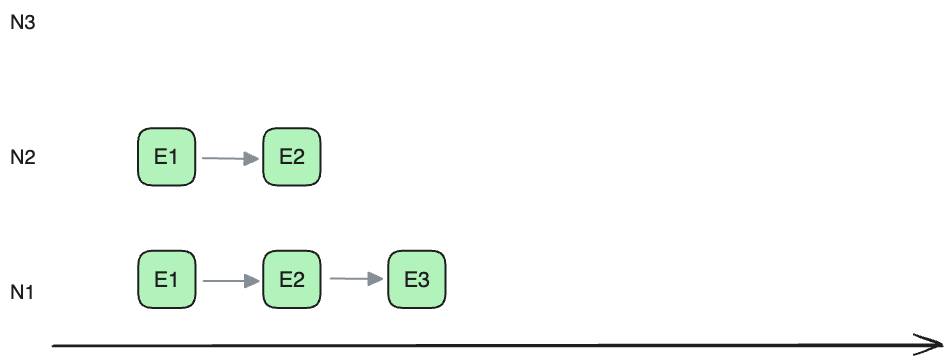
Earlier version of the Excalidraw export src/list/raxos/history-read-set.excalidraw.png (drmingdrmer/consensus-essence). Source tidied: one line per element, renumbered; positions are measured from the earlier drawing's top-left corner, leaving out a move shared by most shapes.
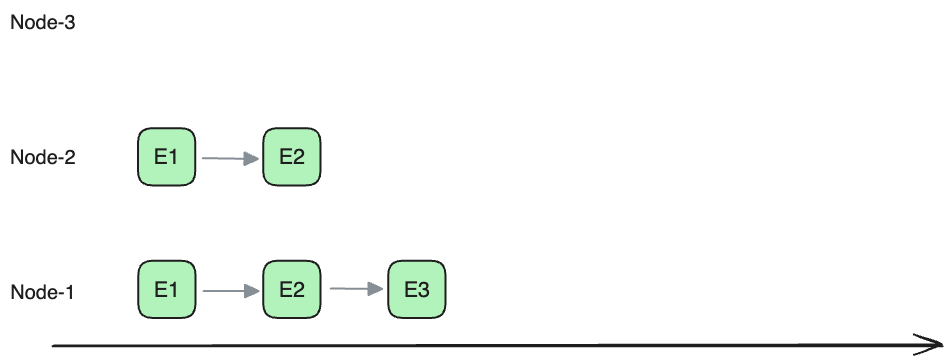
Above is the later version.

What changed in the source:
```diff
@@ -1,17 +1,17 @@
-{"id": 0, "type": "rectangle", "strokeColor": "#1e1e1e", "backgroundColor": "#b2f2bb", "fillStyle": "solid", "strokeWidth": 2, "roughness": 0, "round": true, "x": 128, "y": 241, "width": 57, "height": 57}
+{"id": 0, "type": "rectangle", "strokeColor": "#1e1e1e", "backgroundColor": "#b2f2bb", "fillStyle": "solid", "strokeWidth": 2, "roughness": 0, "round": true, "x": 128, "y": 251, "width": 57, "height": 57}
-{"id": 1, "type": "text", "text": "E1", "strokeColor": "#1e1e1e", "strokeWidth": 2, "roughness": 1, "fontSize": 21.56, "fontFamily": 2, "textAlign": "center", "verticalAlign": "middle", "inside": 0, "x": 144, "y": 257, "width": 26, "height": 25}
+{"id": 1, "type": "text", "text": "E1", "strokeColor": "#1e1e1e", "strokeWidth": 2, "roughness": 1, "fontSize": 21.56, "fontFamily": 2, "textAlign": "center", "verticalAlign": "middle", "inside": 0, "x": 144, "y": 267, "width": 26, "height": 25}
 {"id": 2, "type": "rectangle", "strokeColor": "#1e1e1e", "backgroundColor": "#b2f2bb", "fillStyle": "solid", "strokeWidth": 2, "roughness": 0, "round": true, "x": 128, "y": 118, "width": 57, "height": 57}
 {"id": 3, "type": "text", "text": "E1", "strokeColor": "#1e1e1e", "strokeWidth": 2, "roughness": 1, "fontSize": 21.56, "fontFamily": 2, "textAlign": "center", "verticalAlign": "middle", "inside": 2, "x": 143, "y": 134, "width": 26, "height": 25}
-{"id": 4, "type": "rectangle", "strokeColor": "#1e1e1e", "backgroundColor": "#b2f2bb", "fillStyle": "solid", "strokeWidth": 2, "roughness": 0, "round": true, "x": 253, "y": 241, "width": 57, "height": 57}
+{"id": 4, "type": "rectangle", "strokeColor": "#1e1e1e", "backgroundColor": "#b2f2bb", "fillStyle": "solid", "strokeWidth": 2, "roughness": 0, "round": true, "x": 253, "y": 251, "width": 57, "height": 57}
-{"id": 5, "type": "text", "text": "E2", "strokeColor": "#1e1e1e", "strokeWidth": 2, "roughness": 1, "fontSize": 21.56, "fontFamily": 2, "textAlign": "center", "verticalAlign": "middle", "inside": 4, "x": 269, "y": 257, "width": 26, "height": 25}
+{"id": 5, "type": "text", "text": "E2", "strokeColor": "#1e1e1e", "strokeWidth": 2, "roughness": 1, "fontSize": 21.56, "fontFamily": 2, "textAlign": "center", "verticalAlign": "middle", "inside": 4, "x": 269, "y": 267, "width": 26, "height": 25}
 {"id": 6, "type": "rectangle", "strokeColor": "#1e1e1e", "backgroundColor": "#b2f2bb", "fillStyle": "solid", "strokeWidth": 2, "roughness": 0, "round": true, "x": 253, "y": 118, "width": 57, "height": 57}
 {"id": 7, "type": "text", "text": "E2", "strokeColor": "#1e1e1e", "strokeWidth": 2, "roughness": 1, "fontSize": 21.56, "fontFamily": 2, "textAlign": "center", "verticalAlign": "middle", "inside": 6, "x": 269, "y": 134, "width": 26, "height": 25}
-{"id": 8, "type": "rectangle", "strokeColor": "#1e1e1e", "backgroundColor": "#b2f2bb", "fillStyle": "solid", "strokeWidth": 2, "roughness": 0, "round": true, "x": 378, "y": 241, "width": 57, "height": 57}
+{"id": 8, "type": "rectangle", "strokeColor": "#1e1e1e", "backgroundColor": "#b2f2bb", "fillStyle": "solid", "strokeWidth": 2, "roughness": 0, "round": true, "x": 378, "y": 251, "width": 57, "height": 57}
-{"id": 9, "type": "text", "text": "E3", "strokeColor": "#1e1e1e", "strokeWidth": 2, "roughness": 1, "fontSize": 21.56, "fontFamily": 2, "textAlign": "center", "verticalAlign": "middle", "inside": 8, "x": 394, "y": 257, "width": 26, "height": 25}
+{"id": 9, "type": "text", "text": "E3", "strokeColor": "#1e1e1e", "strokeWidth": 2, "roughness": 1, "fontSize": 21.56, "fontFamily": 2, "textAlign": "center", "verticalAlign": "middle", "inside": 8, "x": 394, "y": 267, "width": 26, "height": 25}
 {"id": 10, "type": "arrow", "strokeColor": "#1e1e1e", "backgroundColor": "#99e9f2", "fillStyle": "solid", "strokeWidth": 2, "roughness": 1, "endArrowhead": "arrow", "round": true, "x": 43, "y": 336, "width": 889, "height": 0, "points": [[0, 0], [889, 0]]}
-{"id": 11, "type": "arrow", "strokeColor": "#868e96", "backgroundColor": "#b2f2bb", "fillStyle": "solid", "strokeWidth": 2, "roughness": 0, "endArrowhead": "triangle", "round": true, "from": 0, "to": 4, "x": 193, "y": 271, "width": 55, "height": 0, "points": [[0, 0], [55, 0]]}
+{"id": 11, "type": "arrow", "strokeColor": "#868e96", "backgroundColor": "#b2f2bb", "fillStyle": "solid", "strokeWidth": 2, "roughness": 0, "endArrowhead": "triangle", "round": true, "from": 0, "to": 4, "x": 193, "y": 281, "width": 55, "height": 0, "points": [[0, 0], [55, 0]]}
 {"id": 12, "type": "arrow", "strokeColor": "#868e96", "backgroundColor": "#b2f2bb", "fillStyle": "solid", "strokeWidth": 2, "roughness": 0, "endArrowhead": "triangle", "round": true, "from": 2, "to": 6, "x": 193, "y": 148, "width": 55, "height": 1, "points": [[0, 0], [55, 1]]}
-{"id": 13, "type": "arrow", "strokeColor": "#868e96", "backgroundColor": "#b2f2bb", "fillStyle": "solid", "strokeWidth": 2, "roughness": 0, "endArrowhead": "triangle", "round": true, "from": 4, "to": 8, "x": 321, "y": 269, "width": 51, "height": 0, "points": [[0, 0], [51, 0]]}
+{"id": 13, "type": "arrow", "strokeColor": "#868e96", "backgroundColor": "#b2f2bb", "fillStyle": "solid", "strokeWidth": 2, "roughness": 0, "endArrowhead": "triangle", "round": true, "from": 4, "to": 8, "x": 321, "y": 279, "width": 51, "height": 0, "points": [[0, 0], [51, 0]]}
-{"id": 14, "type": "text", "text": "N1", "strokeColor": "#1e1e1e", "strokeWidth": 2, "roughness": 1, "fontSize": 20, "fontFamily": 2, "x": 0, "y": 270, "width": 26, "height": 23}
+{"id": 14, "type": "text", "text": "Node-1", "strokeColor": "#1e1e1e", "strokeWidth": 2, "roughness": 1, "fontSize": 20, "fontFamily": 2, "x": 0, "y": 270, "width": 66, "height": 23}
-{"id": 15, "type": "text", "text": "N2", "strokeColor": "#1e1e1e", "strokeWidth": 2, "roughness": 1, "fontSize": 20, "fontFamily": 2, "x": 0, "y": 135, "width": 26, "height": 23}
+{"id": 15, "type": "text", "text": "Node-2", "strokeColor": "#1e1e1e", "strokeWidth": 2, "roughness": 1, "fontSize": 20, "fontFamily": 2, "x": 0, "y": 135, "width": 66, "height": 23}
-{"id": 16, "type": "text", "text": "N3", "strokeColor": "#1e1e1e", "strokeWidth": 2, "roughness": 1, "fontSize": 20, "fontFamily": 2, "x": 0, "y": 0, "width": 26, "height": 23}
+{"id": 16, "type": "text", "text": "Node-3", "strokeColor": "#1e1e1e", "strokeWidth": 2, "roughness": 1, "fontSize": 20, "fontFamily": 2, "x": 0, "y": 0, "width": 66, "height": 23}
```
